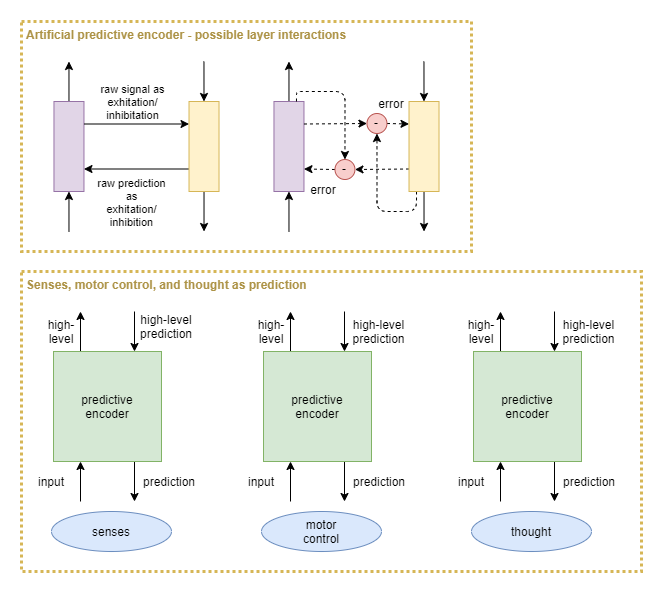
malcolmlett/malcolmlett.github.io keeps this draw.io diagram as files/Cooperative-competitive-systems-predictive-encoder.png. Above is the earlier version. Source tidied: cells renumbered, new cells last; positions are measured from the earlier drawing's top-left corner, leaving out a move shared by most shapes.
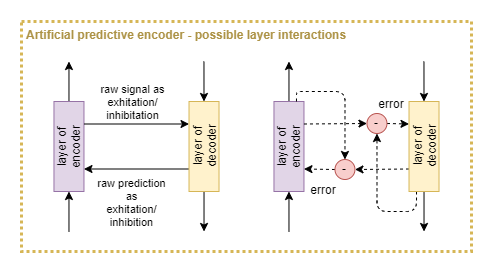
Later version of the same file.

The edit, as a diff of the source:
```diff
@@ -2,9 +2,6 @@
   <root>
     <mxCell id="0" />
     <mxCell id="1" parent="0" />
-    <mxCell id="2" value="Senses, motor control, and thought as prediction" style="rounded=0;whiteSpace=wrap;html=1;strokeColor=#d6b656;fillColor=none;dashed=1;strokeWidth=3;fontStyle=1;verticalAlign=top;align=left;spacing=2;spacingLeft=3;fontColor=#AD9346;dashPattern=1 1;perimeterSpacing=0;" parent="1" vertex="1">
-      <mxGeometry y="250" width="620" height="300" as="geometry" />
-    </mxCell>
     <mxCell id="3" value="Artificial predictive encoder - possible layer interactions" style="rounded=0;whiteSpace=wrap;html=1;strokeColor=#d6b656;fillColor=none;dashed=1;strokeWidth=3;fontStyle=1;verticalAlign=top;align=left;spacing=2;spacingLeft=3;fontColor=#AD9346;dashPattern=1 1;perimeterSpacing=0;" parent="1" vertex="1">
       <mxGeometry width="450" height="230" as="geometry" />
     </mxCell>
@@ -21,7 +18,7 @@
         <mxPoint x="267.5" y="40" as="targetPoint" />
       </mxGeometry>
     </mxCell>
-    <mxCell id="7" style="rounded=0;whiteSpace=wrap;html=1;fillColor=#e1d5e7;strokeColor=#9673a6;" parent="1" vertex="1">
+    <mxCell id="7" value="layer of&lt;br&gt;encoder" style="rounded=0;whiteSpace=wrap;html=1;fillColor=#e1d5e7;strokeColor=#9673a6;horizontal=0;" parent="1" vertex="1">
       <mxGeometry x="252.5" y="80" width="30" height="90" as="geometry" />
     </mxCell>
     <mxCell id="8" style="edgeStyle=none;rounded=0;jettySize=auto;html=1;" parent="1" edge="1" source="12">
@@ -40,7 +37,7 @@
     <mxCell id="11" style="edgeStyle=orthogonalEdgeStyle;rounded=1;jettySize=auto;html=1;entryX=0.5;entryY=1;entryDx=0;entryDy=0;dashed=1;exitX=0.25;exitY=1;exitDx=0;exitDy=0;" parent="1" edge="1" source="12" target="16">
       <mxGeometry relative="1" as="geometry" />
     </mxCell>
-    <mxCell id="12" style="rounded=0;whiteSpace=wrap;html=1;fillColor=#fff2cc;strokeColor=#d6b656;" parent="1" vertex="1">
+    <mxCell id="12" value="layer of&lt;br&gt;decoder" style="rounded=0;whiteSpace=wrap;html=1;fillColor=#fff2cc;strokeColor=#d6b656;horizontal=0;" parent="1" vertex="1">
       <mxGeometry x="387.5" y="80" width="30" height="90" as="geometry" />
     </mxCell>
     <mxCell id="13" style="endArrow=classic;html=1;entryX=0.5;entryY=0;entryDx=0;entryDy=0;edgeStyle=orthogonalEdgeStyle;exitX=0.75;exitY=0;exitDx=0;exitDy=0;dashed=1;" parent="1" edge="1" source="7" target="15">
@@ -73,7 +70,7 @@
         <mxPoint x="47.5" y="40" as="targetPoint" />
       </mxGeometry>
     </mxCell>
-    <mxCell id="20" style="rounded=0;whiteSpace=wrap;html=1;fillColor=#e1d5e7;strokeColor=#9673a6;" parent="1" vertex="1">
+    <mxCell id="20" value="layer of&lt;br&gt;encoder" style="rounded=0;whiteSpace=wrap;html=1;fillColor=#e1d5e7;strokeColor=#9673a6;horizontal=0;" parent="1" vertex="1">
       <mxGeometry x="32.5" y="80" width="30" height="90" as="geometry" />
     </mxCell>
     <mxCell id="21" style="edgeStyle=none;rounded=0;jettySize=auto;html=1;" parent="1" edge="1" source="24">
@@ -89,7 +86,7 @@
         <mxPoint x="182.5" y="40" as="sourcePoint" />
       </mxGeometry>
     </mxCell>
-    <mxCell id="24" style="rounded=0;whiteSpace=wrap;html=1;fillColor=#fff2cc;strokeColor=#d6b656;" parent="1" vertex="1">
+    <mxCell id="24" value="layer of&lt;br&gt;decoder" style="rounded=0;whiteSpace=wrap;html=1;fillColor=#fff2cc;strokeColor=#d6b656;horizontal=0;" parent="1" vertex="1">
       <mxGeometry x="167.5" y="80" width="30" height="90" as="geometry" />
     </mxCell>
     <mxCell id="25" style="edgeStyle=none;rounded=0;jettySize=auto;html=1;exitX=1;exitY=0.25;exitDx=0;exitDy=0;entryX=0;entryY=0.25;entryDx=0;entryDy=0;" parent="1" edge="1" source="20" target="24">
@@ -106,128 +103,5 @@
     <mxCell id="28" value="error" style="text;html=1;strokeColor=none;fillColor=none;align=center;verticalAlign=middle;whiteSpace=wrap;rounded=0;" parent="1" vertex="1">
       <mxGeometry x="282.5" y="158" width="40" height="20" as="geometry" />
     </mxCell>
-    <mxCell id="29" style="rounded=1;jettySize=auto;html=1;entryX=0.25;entryY=1;entryDx=0;entryDy=0;" parent="1" edge="1" target="33">
-      <mxGeometry relative="1" as="geometry">
-        <mxPoint x="59" y="480" as="sourcePoint" />
-      </mxGeometry>
-    </mxCell>
-    <mxCell id="30" style="edgeStyle=none;rounded=1;jettySize=auto;html=1;exitX=0.75;exitY=1;exitDx=0;exitDy=0;" parent="1" edge="1" source="33">
-      <mxGeometry relative="1" as="geometry">
-        <mxPoint x="113" y="480" as="targetPoint" />
-      </mxGeometry>
-    </mxCell>
-    <mxCell id="31" style="edgeStyle=none;rounded=1;jettySize=auto;html=1;exitX=0.25;exitY=0;exitDx=0;exitDy=0;" parent="1" edge="1" source="33">
-      <mxGeometry relative="1" as="geometry">
-        <mxPoint x="59" y="290" as="targetPoint" />
-      </mxGeometry>
-    </mxCell>
-    <mxCell id="32" style="edgeStyle=none;rounded=1;jettySize=auto;html=1;entryX=0.75;entryY=0;entryDx=0;entryDy=0;" parent="1" edge="1" target="33">
-      <mxGeometry relative="1" as="geometry">
-        <mxPoint x="113" y="290" as="sourcePoint" />
-      </mxGeometry>
-    </mxCell>
-    <mxCell id="33" value="predictive&lt;br&gt;encoder" style="rounded=0;whiteSpace=wrap;html=1;align=center;fillColor=#d5e8d4;strokeColor=#82b366;" parent="1" vertex="1">
-      <mxGeometry x="32" y="330" width="108" height="110" as="geometry" />
-    </mxCell>
-    <mxCell id="34" value="high-level&lt;br&gt;prediction" style="text;html=1;strokeColor=none;fillColor=none;align=center;verticalAlign=middle;whiteSpace=wrap;rounded=0;" parent="1" vertex="1">
-      <mxGeometry x="120" y="290" width="50" height="30" as="geometry" />
-    </mxCell>
-    <mxCell id="35" value="high-&lt;br&gt;level" style="text;html=1;strokeColor=none;fillColor=none;align=center;verticalAlign=middle;whiteSpace=wrap;rounded=0;" parent="1" vertex="1">
-      <mxGeometry x="20" y="300" width="40" height="20" as="geometry" />
-    </mxCell>
-    <mxCell id="36" value="prediction" style="text;html=1;strokeColor=none;fillColor=none;align=center;verticalAlign=middle;whiteSpace=wrap;rounded=0;" parent="1" vertex="1">
-      <mxGeometry x="127.5" y="450" width="40" height="20" as="geometry" />
-    </mxCell>
-    <mxCell id="37" value="input" style="text;html=1;strokeColor=none;fillColor=none;align=center;verticalAlign=middle;whiteSpace=wrap;rounded=0;" parent="1" vertex="1">
-      <mxGeometry x="10" y="450" width="40" height="20" as="geometry" />
-    </mxCell>
-    <mxCell id="38" style="edgeStyle=none;rounded=1;orthogonalLoop=1;jettySize=auto;html=1;exitX=0;exitY=0.75;exitDx=0;exitDy=0;" parent="1" edge="1" source="35" target="35">
-      <mxGeometry relative="1" as="geometry" />
-    </mxCell>
-    <mxCell id="39" value="senses" style="ellipse;whiteSpace=wrap;html=1;align=center;fillColor=#dae8fc;strokeColor=#6c8ebf;" parent="1" vertex="1">
-      <mxGeometry x="30" y="490" width="120" height="40" as="geometry" />
-    </mxCell>
-    <mxCell id="40" style="rounded=1;jettySize=auto;html=1;entryX=0.25;entryY=1;entryDx=0;entryDy=0;" parent="1" edge="1" target="44">
-      <mxGeometry relative="1" as="geometry">
-        <mxPoint x="269" y="480" as="sourcePoint" />
-      </mxGeometry>
-    </mxCell>
-    <mxCell id="41" style="edgeStyle=none;rounded=1;jettySize=auto;html=1;exitX=0.75;exitY=1;exitDx=0;exitDy=0;" parent="1" edge="1" source="44">
-      <mxGeometry relative="1" as="geometry">
-        <mxPoint x="323" y="480" as="targetPoint" />
-      </mxGeometry>
-    </mxCell>
-    <mxCell id="42" style="edgeStyle=none;rounded=1;jettySize=auto;html=1;exitX=0.25;exitY=0;exitDx=0;exitDy=0;" parent="1" edge="1" source="44">
-      <mxGeometry relative="1" as="geometry">
-        <mxPoint x="269" y="290" as="targetPoint" />
-      </mxGeometry>
-    </mxCell>
-    <mxCell id="43" style="edgeStyle=none;rounded=1;jettySize=auto;html=1;entryX=0.75;entryY=0;entryDx=0;entryDy=0;" parent="1" edge="1" target="44">
-      <mxGeometry relative="1" as="geometry">
-        <mxPoint x="323" y="290" as="sourcePoint" />
-      </mxGeometry>
-    </mxCell>
-    <mxCell id="44" value="predictive&lt;br&gt;encoder" style="rounded=0;whiteSpace=wrap;html=1;align=center;fillColor=#d5e8d4;strokeColor=#82b366;" parent="1" vertex="1">
-      <mxGeometry x="242" y="330" width="108" height="110" as="geometry" />
-    </mxCell>
-    <mxCell id="45" value="high-&lt;br&gt;level" style="text;html=1;strokeColor=none;fillColor=none;align=center;verticalAlign=middle;whiteSpace=wrap;rounded=0;" parent="1" vertex="1">
-      <mxGeometry x="230" y="300" width="40" height="20" as="geometry" />
-    </mxCell>
-    <mxCell id="46" value="prediction" style="text;html=1;strokeColor=none;fillColor=none;align=center;verticalAlign=middle;whiteSpace=wrap;rounded=0;" parent="1" vertex="1">
-      <mxGeometry x="337.5" y="450" width="40" height="20" as="geometry" />
-    </mxCell>
-    <mxCell id="47" value="input" style="text;html=1;strokeColor=none;fillColor=none;align=center;verticalAlign=middle;whiteSpace=wrap;rounded=0;" parent="1" vertex="1">
-      <mxGeometry x="220" y="450" width="40" height="20" as="geometry" />
-    </mxCell>
-    <mxCell id="48" style="edgeStyle=none;rounded=1;orthogonalLoop=1;jettySize=auto;html=1;exitX=0;exitY=0.75;exitDx=0;exitDy=0;" parent="1" edge="1" source="45" target="45">
-      <mxGeometry relative="1" as="geometry" />
-    </mxCell>
-    <mxCell id="49" value="motor&lt;br&gt;control" style="ellipse;whiteSpace=wrap;html=1;align=center;fillColor=#dae8fc;strokeColor=#6c8ebf;" parent="1" vertex="1">
-      <mxGeometry x="240" y="490" width="120" height="40" as="geometry" />
-    </mxCell>
-    <mxCell id="50" style="rounded=1;jettySize=auto;html=1;entryX=0.25;entryY=1;entryDx=0;entryDy=0;" parent="1" edge="1" target="54">
-      <mxGeometry relative="1" as="geometry">
-        <mxPoint x="479" y="480" as="sourcePoint" />
-      </mxGeometry>
-    </mxCell>
-    <mxCell id="51" style="edgeStyle=none;rounded=1;jettySize=auto;html=1;exitX=0.75;exitY=1;exitDx=0;exitDy=0;" parent="1" edge="1" source="54">
-      <mxGeometry relative="1" as="geometry">
-        <mxPoint x="533" y="480" as="targetPoint" />
-      </mxGeometry>
-    </mxCell>
-    <mxCell id="52" style="edgeStyle=none;rounded=1;jettySize=auto;html=1;exitX=0.25;exitY=0;exitDx=0;exitDy=0;" parent="1" edge="1" source="54">
-      <mxGeometry relative="1" as="geometry">
-        <mxPoint x="479" y="290" as="targetPoint" />
-      </mxGeometry>
-    </mxCell>
-    <mxCell id="53" style="edgeStyle=none;rounded=1;jettySize=auto;html=1;entryX=0.75;entryY=0;entryDx=0;entryDy=0;" parent="1" edge="1" target="54">
-      <mxGeometry relative="1" as="geometry">
-        <mxPoint x="533" y="290" as="sourcePoint" />
-      </mxGeometry>
-    </mxCell>
-    <mxCell id="54" value="predictive&lt;br&gt;encoder" style="rounded=0;whiteSpace=wrap;html=1;align=center;fillColor=#d5e8d4;strokeColor=#82b366;" parent="1" vertex="1">
-      <mxGeometry x="452" y="330" width="108" height="110" as="geometry" />
-    </mxCell>
-    <mxCell id="55" value="high-&lt;br&gt;level" style="text;html=1;strokeColor=none;fillColor=none;align=center;verticalAlign=middle;whiteSpace=wrap;rounded=0;" parent="1" vertex="1">
-      <mxGeometry x="440" y="300" width="40" height="20" as="geometry" />
-    </mxCell>
-    <mxCell id="56" value="prediction" style="text;html=1;strokeColor=none;fillColor=none;align=center;verticalAlign=middle;whiteSpace=wrap;rounded=0;" parent="1" vertex="1">
-      <mxGeometry x="547.5" y="450" width="40" height="20" as="geometry" />
-    </mxCell>
-    <mxCell id="57" value="input" style="text;html=1;strokeColor=none;fillColor=none;align=center;verticalAlign=middle;whiteSpace=wrap;rounded=0;" parent="1" vertex="1">
-      <mxGeometry x="430" y="450" width="40" height="20" as="geometry" />
-    </mxCell>
-    <mxCell id="58" style="edgeStyle=none;rounded=1;orthogonalLoop=1;jettySize=auto;html=1;exitX=0;exitY=0.75;exitDx=0;exitDy=0;" parent="1" edge="1" source="55" target="55">
-      <mxGeometry relative="1" as="geometry" />
-    </mxCell>
-    <mxCell id="59" value="thought" style="ellipse;whiteSpace=wrap;html=1;align=center;fillColor=#dae8fc;strokeColor=#6c8ebf;" parent="1" vertex="1">
-      <mxGeometry x="450" y="490" width="120" height="40" as="geometry" />
-    </mxCell>
-    <mxCell id="60" value="high-level&lt;br&gt;prediction" style="text;html=1;strokeColor=none;fillColor=none;align=center;verticalAlign=middle;whiteSpace=wrap;rounded=0;" parent="1" vertex="1">
-      <mxGeometry x="329.2" y="295" width="56.5" height="30" as="geometry" />
-    </mxCell>
-    <mxCell id="61" value="high-level&lt;br&gt;prediction" style="text;html=1;strokeColor=none;fillColor=none;align=center;verticalAlign=middle;whiteSpace=wrap;rounded=0;" parent="1" vertex="1">
-      <mxGeometry x="539.2" y="295" width="56.5" height="30" as="geometry" />
-    </mxCell>
   </root>
 </mxGraphModel>
```
